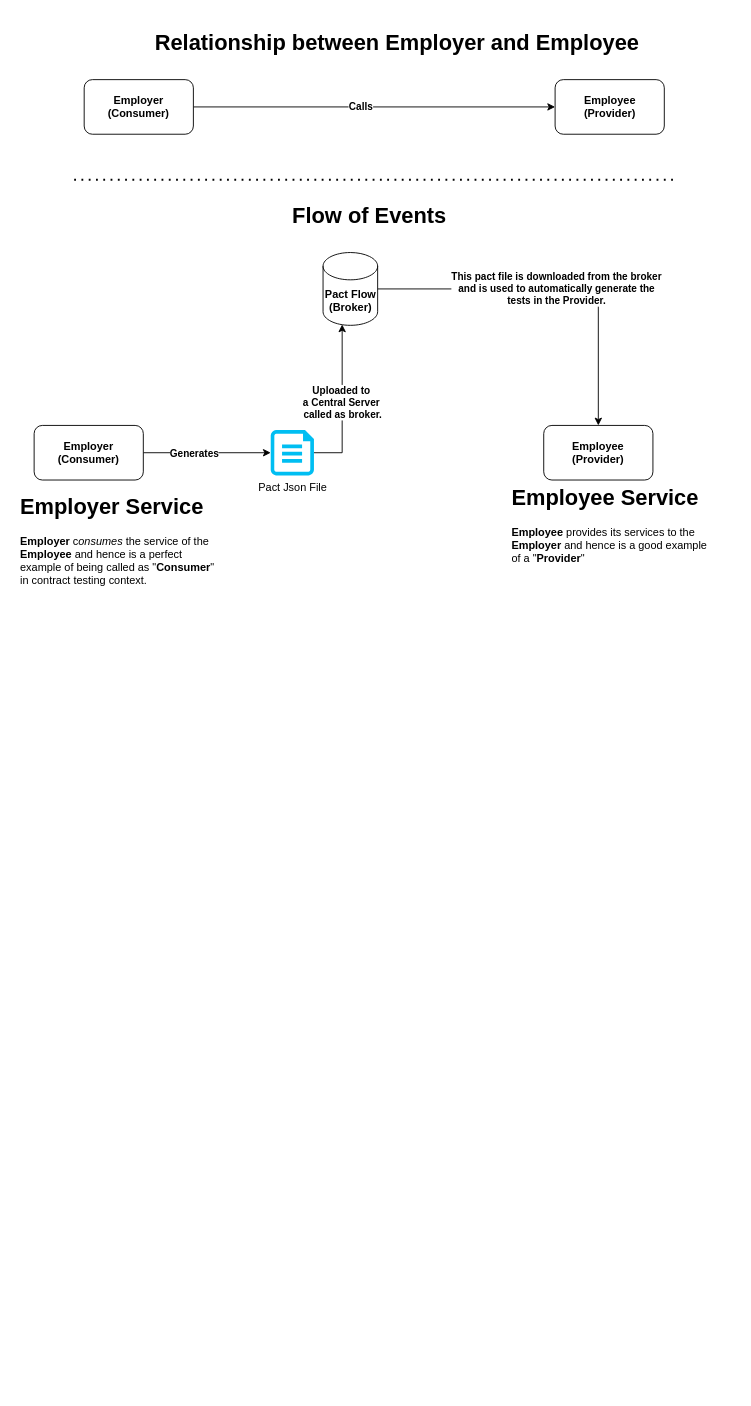
This is Untitled Diagram.drawio from akashdktyagi/pactflow-contract-testing-reference-app, a draw.io file, before an edit. Source tidied: cells renumbered, new cells numbered last; positions are measured from the earlier drawing's top-left corner, leaving out a move shared by most shapes. Both pictures are drawn from the tidied source at 91%, with x=0, y=0 at pixel (15, 25).
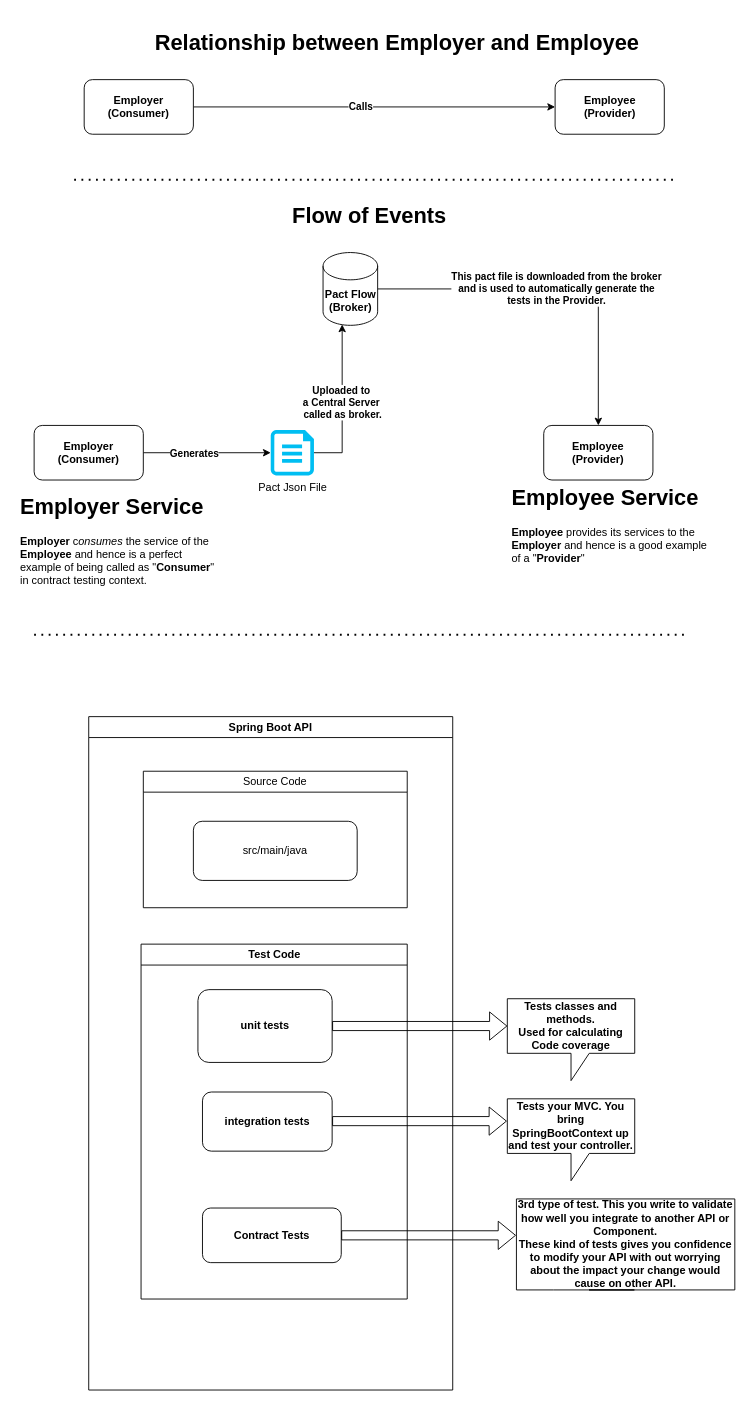
The same page after the edit.

Commit message:
added Spring Boot source code structure

The edit, as a diff of the source:
```diff
@@
+    <mxCell id="19" style="endArrow=none;dashed=1;html=1;dashPattern=1 3;strokeWidth=2;rounded=0;" parent="1" edge="1">
+      <mxGeometry relative="1" as="geometry">
+        <mxPoint x="20" y="670" as="sourcePoint" />
+        <mxPoint x="740" y="670" as="targetPoint" />
+      </mxGeometry>
+    </mxCell>
+    <mxCell id="20" value="Spring Boot API" style="swimlane;whiteSpace=wrap;html=1;fontStyle=1;" parent="1" vertex="1">
+      <mxGeometry x="80" y="760" width="400" height="740" as="geometry" />
+    </mxCell>
+    <mxCell id="21" value="Test Code" style="swimlane;whiteSpace=wrap;html=1;fontStyle=1;" parent="20" vertex="1">
+      <mxGeometry x="57.5" y="250" width="292.5" height="390" as="geometry" />
+    </mxCell>
+    <mxCell id="22" value="unit tests" style="rounded=1;whiteSpace=wrap;html=1;fontStyle=1;" parent="21" vertex="1">
+      <mxGeometry x="62.5" y="50" width="147.5" height="80" as="geometry" />
+    </mxCell>
+    <mxCell id="23" value="integration tests" style="rounded=1;whiteSpace=wrap;html=1;fontStyle=1;" parent="21" vertex="1">
+      <mxGeometry x="67.5" y="162.5" width="142.5" height="65" as="geometry" />
+    </mxCell>
+    <mxCell id="24" value="Contract Tests" style="rounded=1;whiteSpace=wrap;html=1;fontStyle=1;" parent="21" vertex="1">
+      <mxGeometry x="67.5" y="290" width="152.5" height="60" as="geometry" />
+    </mxCell>
+    <mxCell id="25" style="shape=flexArrow;endArrow=classic;html=1;rounded=0;" parent="21" edge="1">
+      <mxGeometry relative="1" as="geometry">
+        <mxPoint x="210" y="194.5" as="sourcePoint" />
+        <mxPoint x="402" y="194.5" as="targetPoint" />
+      </mxGeometry>
+    </mxCell>
+    <mxCell id="26" value="Source Code" style="swimlane;whiteSpace=wrap;html=1;fontStyle=0;" parent="20" vertex="1">
+      <mxGeometry x="60" y="60" width="290" height="150" as="geometry" />
+    </mxCell>
+    <mxCell id="27" value="src/main/java" style="rounded=1;whiteSpace=wrap;html=1;" parent="26" vertex="1">
+      <mxGeometry x="55" y="55" width="180" height="65" as="geometry" />
+    </mxCell>
+    <mxCell id="28" style="shape=flexArrow;endArrow=classic;html=1;rounded=0;" parent="20" edge="1">
+      <mxGeometry relative="1" as="geometry">
+        <mxPoint x="277.5" y="570" as="sourcePoint" />
+        <mxPoint x="469.5" y="570" as="targetPoint" />
+      </mxGeometry>
+    </mxCell>
+    <mxCell id="29" style="shape=flexArrow;endArrow=classic;html=1;rounded=0;" parent="1" edge="1" source="22" target="30">
+      <mxGeometry relative="1" as="geometry" />
+    </mxCell>
+    <mxCell id="30" value="Tests classes and methods.&lt;br&gt;Used for calculating Code coverage" style="shape=callout;whiteSpace=wrap;html=1;perimeter=calloutPerimeter;fontStyle=1;" parent="1" vertex="1">
+      <mxGeometry x="540" y="1070" width="140" height="90" as="geometry" />
+    </mxCell>
+    <mxCell id="31" value="Tests your MVC. You bring SpringBootContext up and test your controller." style="shape=callout;whiteSpace=wrap;html=1;perimeter=calloutPerimeter;fontStyle=1;" parent="1" vertex="1">
+      <mxGeometry x="540" y="1180" width="140" height="90" as="geometry" />
+    </mxCell>
+    <mxCell id="32" value="3rd type of test. This you write to validate how well you integrate to another API or Component.&lt;br&gt;These kind of tests gives you confidence to modify your API with out worrying about the impact your change would cause on other API." style="shape=callout;whiteSpace=wrap;html=1;perimeter=calloutPerimeter;fontStyle=1;size=0;position=0.17;position2=0.54;base=39;" parent="1" vertex="1">
+      <mxGeometry x="550" y="1290" width="240" height="100" as="geometry" />
+    </mxCell>
```
